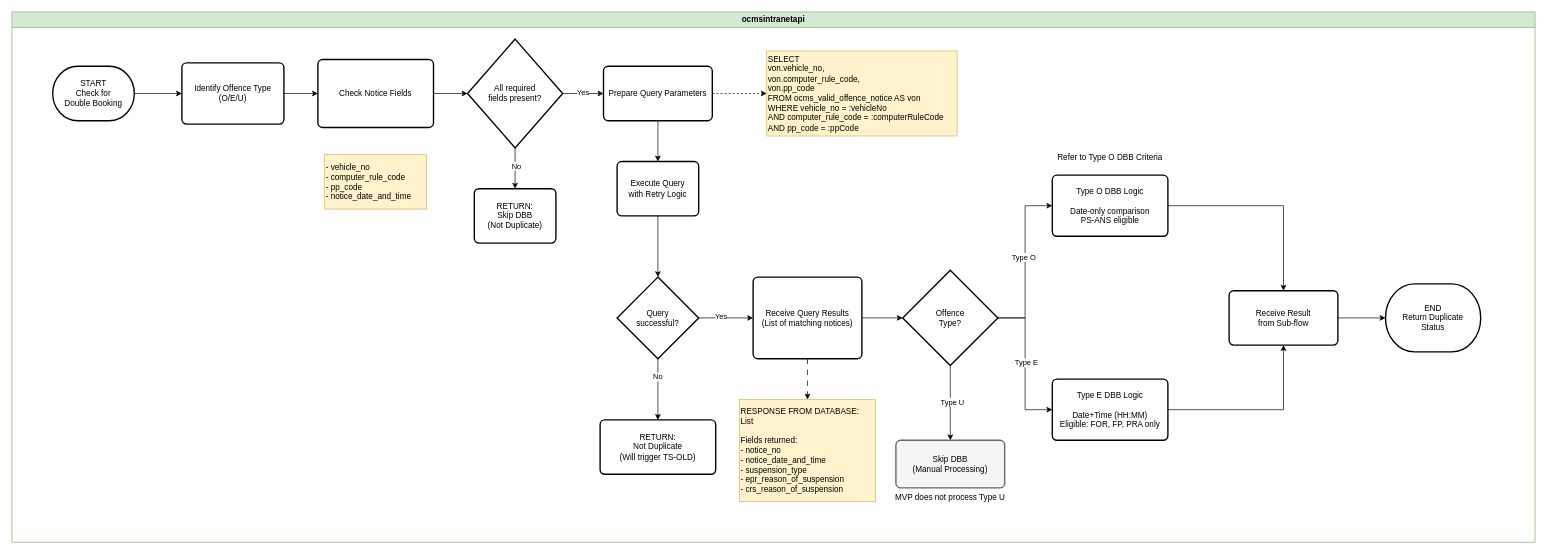
rafifmgg/techdoc keeps this draw.io diagram as page "2.2 - High-Level DBB Processing" (2 of 4) of OCMS 21/OCMS21_Flowchart.drawio. Above is the earlier version. Source tidied: cells renumbered, new cells numbered last; positions are measured from the earlier drawing's top-left corner, leaving out a move shared by most shapes. Both pictures are drawn from the tidied source at 68%, with x=0, y=0 at pixel (12, 12).
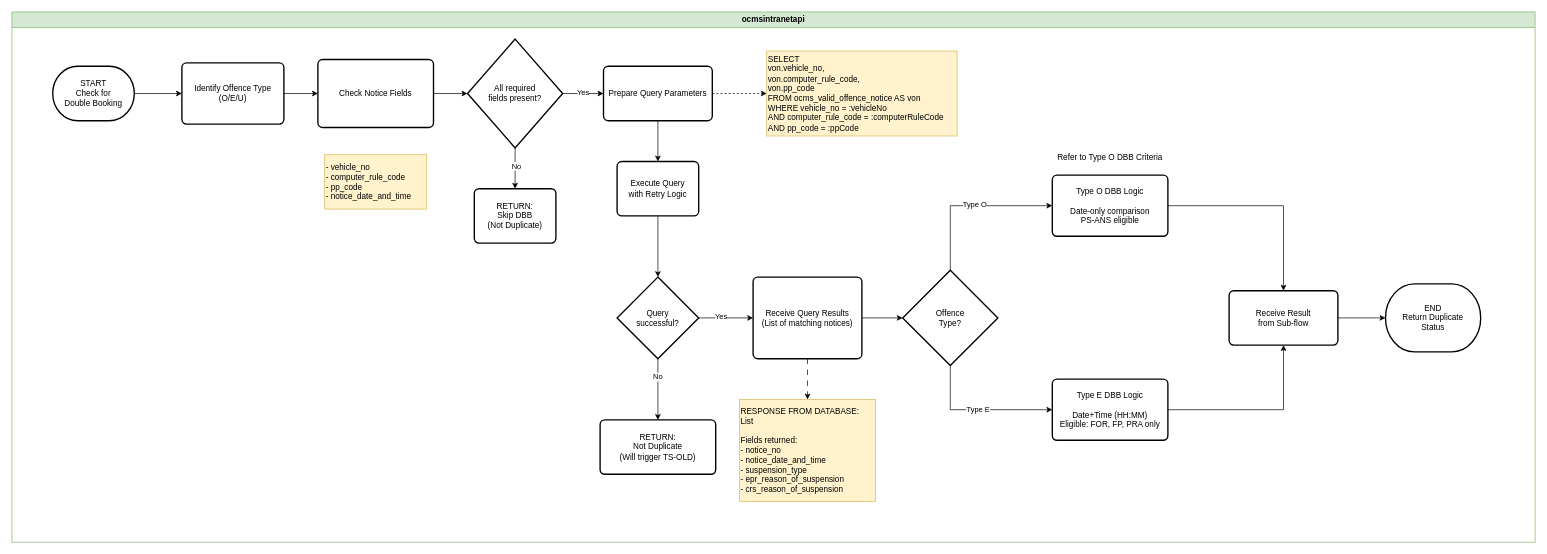
After the change.

The change refers to these unchanged cells:
```xml
<mxCell id="2" value="ocmsintranetapi" style="swimlane;whiteSpace=wrap;html=1;fillColor=#d5e8d4;strokeColor=#82b366;" parent="1" vertex="1">
  <mxGeometry width="2240" height="780" as="geometry" />
</mxCell>
<mxCell id="29" value="Offence&#10;Type?" style="strokeWidth=2;html=1;shape=mxgraph.flowchart.decision;whiteSpace=wrap;" parent="2" vertex="1">
  <mxGeometry x="1310" y="380" width="140" height="140" as="geometry" />
</mxCell>
<mxCell id="32" value="Type O DBB Logic&lt;br&gt;&lt;br&gt;Date-only comparison&lt;br&gt;PS-ANS eligible" style="rounded=1;whiteSpace=wrap;html=1;absoluteArcSize=1;arcSize=14;strokeWidth=2;" parent="2" vertex="1">
  <mxGeometry x="1530" y="240" width="170" height="90" as="geometry" />
</mxCell>
<mxCell id="35" value="Type E DBB Logic&lt;br&gt;&lt;br&gt;Date+Time (HH:MM)&lt;br&gt;Eligible: FOR, FP, PRA only" style="rounded=1;whiteSpace=wrap;html=1;absoluteArcSize=1;arcSize=14;strokeWidth=2;" parent="2" vertex="1">
  <mxGeometry x="1530" y="540" width="170" height="90" as="geometry" />
</mxCell>
```

Change to the diagram source:
```diff
@@
-    <mxCell id="30" style="edgeStyle=orthogonalEdgeStyle;rounded=0;jettySize=auto;html=1;entryX=0;entryY=0.5;entryDx=0;entryDy=0;" parent="2" edge="1" source="29" target="32">
+    <mxCell id="30" style="edgeStyle=orthogonalEdgeStyle;rounded=0;jettySize=auto;html=1;entryX=0;entryY=0.5;entryDx=0;entryDy=0;exitX=0.5;exitY=0;exitDx=0;exitDy=0;exitPerimeter=0;" parent="2" edge="1" source="29" target="32">
       <mxGeometry relative="1" as="geometry" />
     </mxCell>
@@
-    <mxCell id="33" style="edgeStyle=orthogonalEdgeStyle;rounded=0;jettySize=auto;html=1;entryX=0;entryY=0.5;entryDx=0;entryDy=0;" parent="2" edge="1" source="29" target="35">
+    <mxCell id="33" style="edgeStyle=orthogonalEdgeStyle;rounded=0;jettySize=auto;html=1;entryX=0;entryY=0.5;entryDx=0;entryDy=0;exitX=0.5;exitY=1;exitDx=0;exitDy=0;exitPerimeter=0;" parent="2" edge="1" source="29" target="35">
       <mxGeometry relative="1" as="geometry" />
     </mxCell>
@@
-    <mxCell id="36" style="edgeStyle=orthogonalEdgeStyle;rounded=0;jettySize=auto;html=1;entryX=0.5;entryY=0;entryDx=0;entryDy=0;exitX=0.5;exitY=1;exitDx=0;exitDy=0;exitPerimeter=0;" parent="2" edge="1" source="29" target="38">
-      <mxGeometry relative="1" as="geometry" />
-    </mxCell>
-    <mxCell id="37" value="Type U" style="edgeLabel;html=1;align=center;verticalAlign=middle;" parent="36" vertex="1">
-      <mxGeometry x="-0.04" y="2" relative="1" as="geometry" />
-    </mxCell>
-    <mxCell id="38" value="Skip DBB&lt;br&gt;(Manual Processing)" style="rounded=1;whiteSpace=wrap;html=1;absoluteArcSize=1;arcSize=14;strokeWidth=2;fillColor=#f5f5f5;strokeColor=#666666;" parent="2" vertex="1">
-      <mxGeometry x="1300" y="630" width="160" height="70" as="geometry" />
-    </mxCell>
@@
-    <mxCell id="48" value="MVP does not process Type U" style="text;html=1;whiteSpace=wrap;strokeColor=none;fillColor=none;align=center;verticalAlign=middle;rounded=0;" parent="2" vertex="1">
-      <mxGeometry x="1285" y="700" width="190" height="30" as="geometry" />
-    </mxCell>
```
